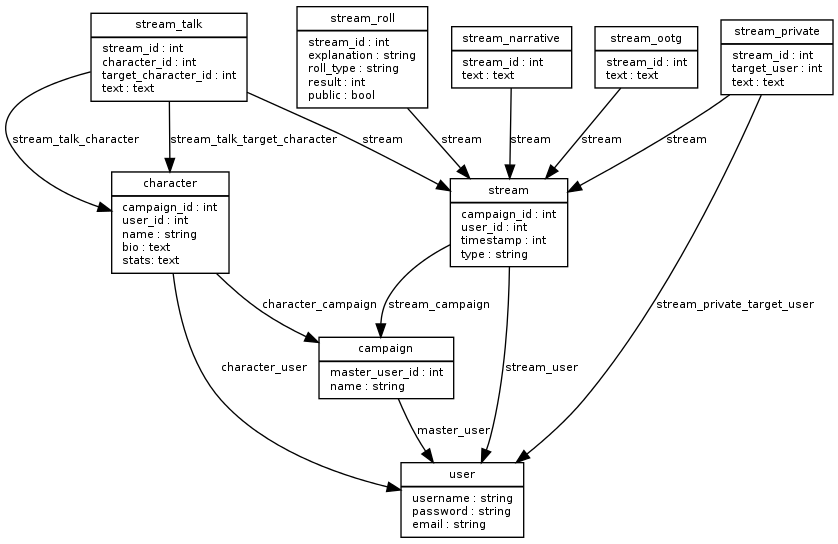
Earlier version of the Graphviz export doc/db/db.png (desarrollo-soft/pbp). Its source is kept beside it as doc/db/db.dot. The source it was exported from:
```dot
digraph G {
        fontname = "Bitstream Vera Sans"
        fontsize = 8

        node [
                fontname = "Bitstream Vera Sans"
                fontsize = 8
                shape = "record"
        ]

        edge [
                fontname = "Bitstream Vera Sans"
                fontsize = 8
        ]

        User [
                label = "{user|\
username : string\l\
password : string\l\
email : string\l\
}"
        ]

	Campaign [
		label = "{campaign|\
master_user_id : int\l\
name : string\l\
}"
	]

	edge [ label = "master_user" ]
	Campaign -> User

	Character [
		label = "{character|\
campaign_id : int\l\
user_id : int \l\
name : string\l\
bio : text\l\
stats: text\l\
}"
	]

	edge [ label = "character_user" ]
	Character -> User
	edge [ label = "character_campaign" ]
	Character -> Campaign

	Stream [
		label = "{stream|\
campaign_id : int\l\
user_id : int \l\
timestamp : int \l\
type : string\l\
}"
	]

	edge [ label = "stream_user" ]
	Stream -> User
	edge [ label = "stream_campaign" ]
	Stream -> Campaign

	StreamRoll [
		label = "{stream_roll|\
stream_id : int\l\
explanation : string\l\
roll_type : string\l\
result : int\l\
public : bool\l\
}"
	]
	edge [ label = "stream" ]
	StreamRoll -> Stream

	StreamTalk [
		label = "{stream_talk|\
stream_id : int\l\
character_id : int\l\
target_character_id : int\l\
text : text\l\
}"
	]

	edge [ label = "stream" ]
	StreamTalk -> Stream

	edge [ label = "stream_talk_character" ]
	StreamTalk -> Character

	edge [ label = "stream_talk_target_character" ]
	StreamTalk -> Character

	StreamNarrative [
		label = "{stream_narrative|\
stream_id : int \l\
text : text\l\
}"
	]

	edge [ label = "stream" ]
	StreamNarrative -> Stream

	StreamOutOfTheGame [
		label = "{stream_ootg|\
stream_id : int\l\
text : text\l\
}"
	]

	edge [ label = "stream" ]
	StreamOutOfTheGame -> Stream

	StreamPrivate [
		label = "{stream_private|\
stream_id : int\l\
target_user : int\l\
text : text\l\
}"
	]

	edge [ label = "stream" ]
	StreamPrivate -> Stream

	edge [ label = "stream_private_target_user" ]
	StreamPrivate -> User

}
```
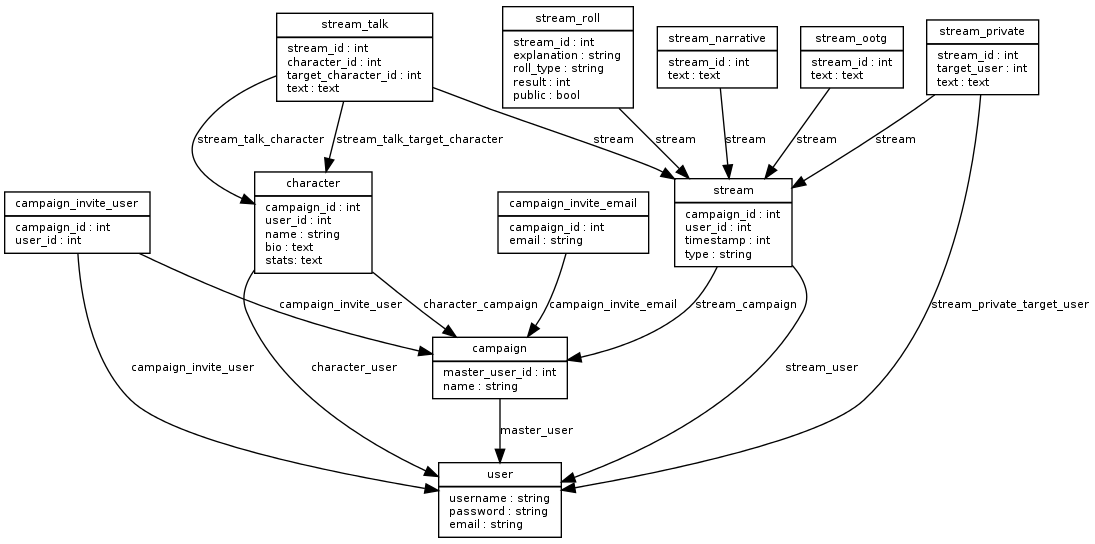
Above is the later version.

Commit message:
Invitations db structure

The edit, as a diff of the source:
```diff
@@ -30,6 +30,27 @@
 
 	edge [ label = "master_user" ]
 	Campaign -> User
+
+	CampaignInviteUser [
+		label = "{campaign_invite_user|\
+campaign_id : int\l\
+user_id : int\l\
+}"
+	]
+
+	edge [ label = "campaign_invite_user" ]
+	CampaignInviteUser -> User
+	CampaignInviteUser -> Campaign
+
+	CampaignInviteEmail [
+		label = "{campaign_invite_email|\
+campaign_id : int\l\
+email : string\l\
+}"
+	]
+
+	edge [ label = "campaign_invite_email" ]
+	CampaignInviteEmail -> Campaign
 
 	Character [
 		label = "{character|\
```
